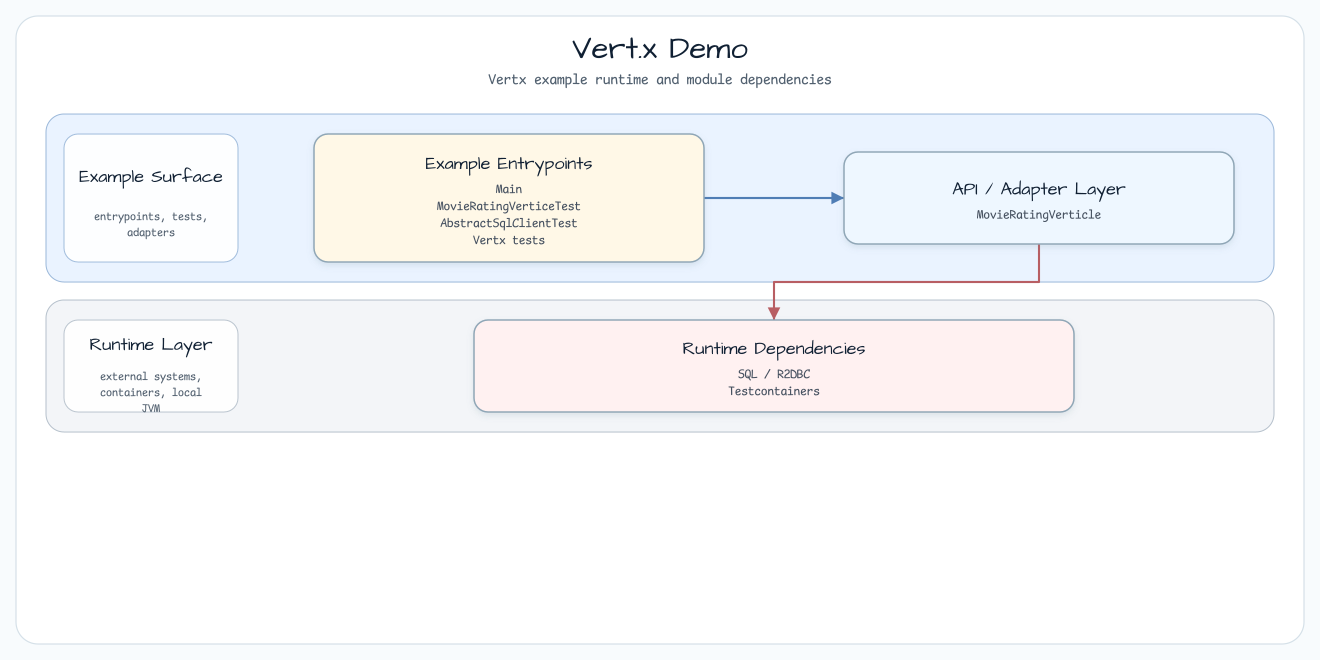
Above: docs/images/readme-diagrams/vertx-readme-architecture-01.png in bluetape4k/bluetape4k-workshop (Graphviz), before the change. Its source is kept beside it as docs/images/readme-diagrams/vertx-readme-architecture-01.dot.
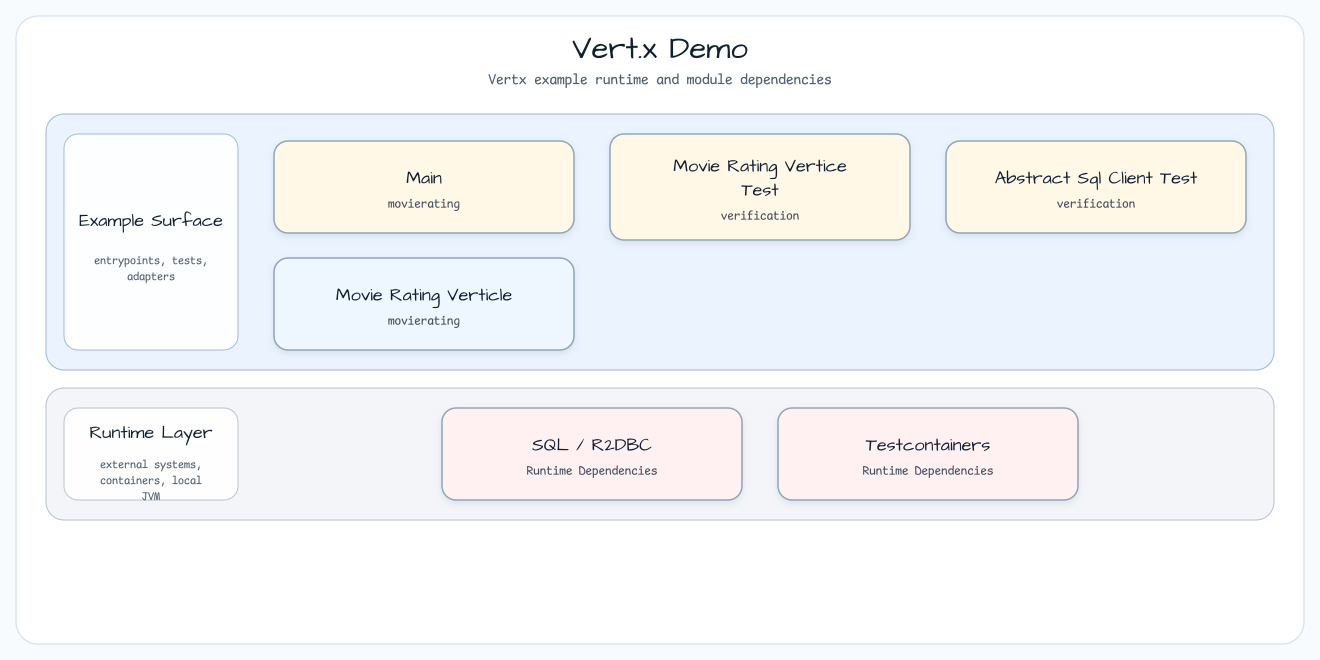
Above is the later version.

What changed in the source:
```diff
@@ -26,10 +26,12 @@
     fontsize=11
   ];
 
-  entry [label="Example Entrypoints\nMain\nMovieRatingVerticeTest\nAbstractSqlClientTest\nVertx tests", fillcolor="#FFF8E7"];
-  api [label="API / Adapter Layer\nMovieRatingVerticle", fillcolor="#EEF7FF"];
-  runtime [label="Runtime Dependencies\nSQL / R2DBC\nTestcontainers", fillcolor="#FFF1F1"];
+  entry0 [label="Main\nmovierating", fillcolor="#FFF8E7"];
+  entry1 [label="Movie Rating Vertice Test\nverification", fillcolor="#FFF8E7"];
+  entry2 [label="Abstract Sql Client Test\nverification", fillcolor="#FFF8E7"];
+  api0 [label="Movie Rating Verticle\nmovierating", fillcolor="#EEF7FF"];
+  runtime0 [label="SQL / R2DBC\nRuntime Dependencies", fillcolor="#FFF1F1"];
+  runtime1 [label="Testcontainers\nRuntime Dependencies", fillcolor="#FFF1F1"];
 
-  entry -> api [label="invokes"];
-  api -> runtime [label="backs"];
+
 }
```
